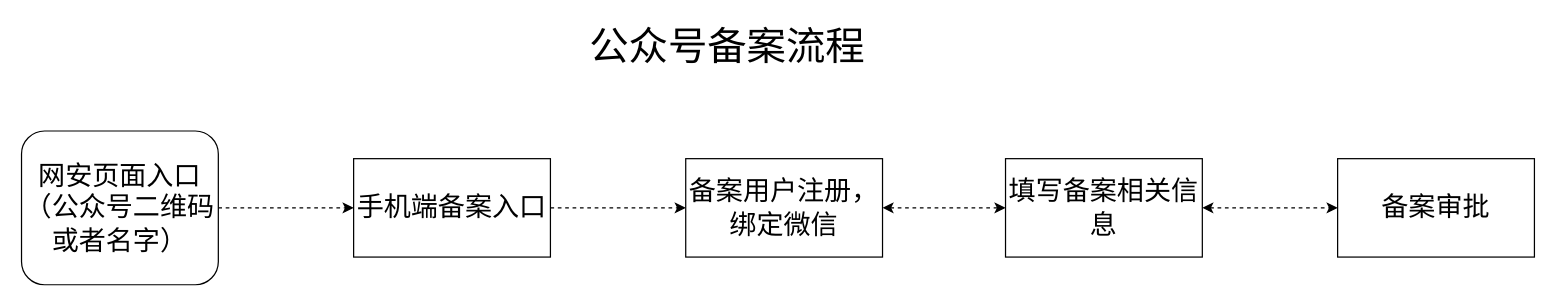
Earlier version of the draw.io diagram page "第 3 页" (3 of 3) of 未命名表单.drawio (wilburli/draw). Source tidied: cells renumbered, new cells numbered last; positions are measured from the earlier drawing's top-left corner, leaving out a move shared by most shapes. Both pictures are drawn from the tidied source at 123%, with x=0, y=0 at pixel (21, 20).
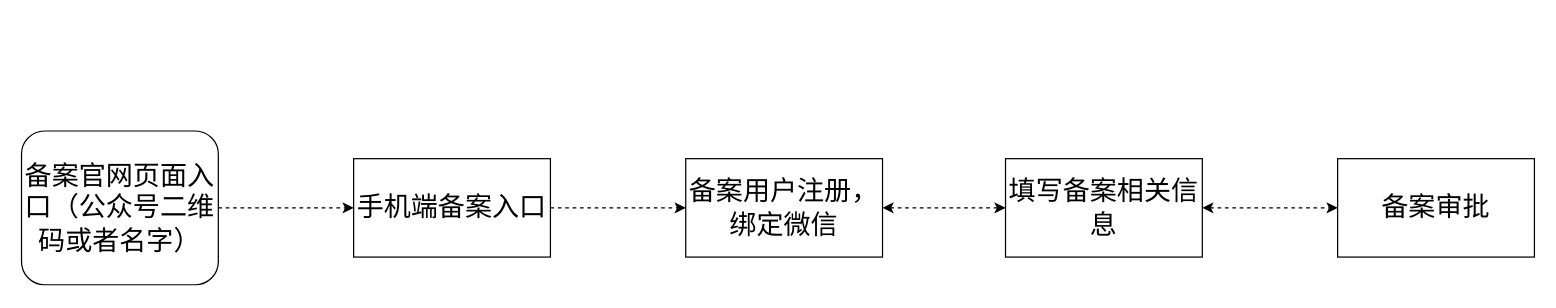
Above is the later version.

What changed in the source:
```diff
@@
 <mxGraphModel>
   <root>
     <mxCell id="0" />
     <mxCell id="1" parent="0" />
     <mxCell id="2" style="edgeStyle=orthogonalEdgeStyle;rounded=0;jettySize=auto;html=1;dashed=1;startArrow=none;startFill=0;fontSize=22;fontColor=#000000;" parent="1" edge="1" source="3" target="5">
       <mxGeometry relative="1" as="geometry" />
     </mxCell>
     <mxCell id="3" value="手机端备案入口" style="rounded=0;whiteSpace=wrap;html=1;fontSize=22;fontColor=#000000;direction=east;flipH=1;" parent="1" vertex="1">
       <mxGeometry x="270" y="112.5" width="160" height="80" as="geometry" />
     </mxCell>
     <mxCell id="4" style="edgeStyle=orthogonalEdgeStyle;rounded=0;jettySize=auto;html=1;dashed=1;startArrow=classic;startFill=1;fontSize=22;fontColor=#000000;" parent="1" edge="1" source="5" target="7">
       <mxGeometry relative="1" as="geometry" />
     </mxCell>
     <mxCell id="5" value="备案用户注册，绑定微信" style="rounded=0;whiteSpace=wrap;html=1;fontSize=22;fontColor=#000000;direction=east;flipH=1;" parent="1" vertex="1">
       <mxGeometry x="540" y="112.5" width="160" height="80" as="geometry" />
     </mxCell>
     <mxCell id="6" style="edgeStyle=orthogonalEdgeStyle;rounded=0;jettySize=auto;html=1;dashed=1;startArrow=classic;startFill=1;fontSize=22;fontColor=#000000;" parent="1" edge="1" source="7" target="8">
       <mxGeometry relative="1" as="geometry" />
     </mxCell>
     <mxCell id="7" value="填写备案相关信息" style="rounded=0;whiteSpace=wrap;html=1;fontSize=22;fontColor=#000000;direction=east;flipH=0;" parent="1" vertex="1">
       <mxGeometry x="800" y="112.5" width="160" height="80" as="geometry" />
     </mxCell>
     <mxCell id="8" value="备案审批" style="rounded=0;whiteSpace=wrap;html=1;fontSize=22;fontColor=#000000;direction=east;flipH=0;" parent="1" vertex="1">
       <mxGeometry x="1070" y="112.5" width="160" height="80" as="geometry" />
     </mxCell>
     <mxCell id="9" style="edgeStyle=orthogonalEdgeStyle;rounded=0;jettySize=auto;html=1;dashed=1;startArrow=none;startFill=0;fontSize=22;fontColor=#000000;entryX=0;entryY=0.5;entryDx=0;entryDy=0;" parent="1" edge="1" source="10" target="3">
       <mxGeometry relative="1" as="geometry" />
     </mxCell>
-    <mxCell id="10" value="&lt;span style=&quot;white-space: normal&quot;&gt;网安页面入口（公众号二维码或者名字）&lt;/span&gt;" style="rounded=1;whiteSpace=wrap;html=1;fontSize=22;fontColor=#000000;" parent="1" vertex="1">
+    <mxCell id="10" value="&lt;span style=&quot;white-space: normal&quot;&gt;备案官网页面入口（公众号二维码或者名字）&lt;/span&gt;" style="rounded=1;whiteSpace=wrap;html=1;fontSize=22;fontColor=#000000;" parent="1" vertex="1">
       <mxGeometry y="90" width="160" height="125" as="geometry" />
     </mxCell>
-    <mxCell id="11" value="公众号备案流程" style="text;html=1;align=left;verticalAlign=top;spacingTop=-4;fontSize=32;" parent="1" vertex="1">
-      <mxGeometry x="460" y="0.2" width="240" height="40" as="geometry" />
-    </mxCell>
   </root>
 </mxGraphModel>
```
